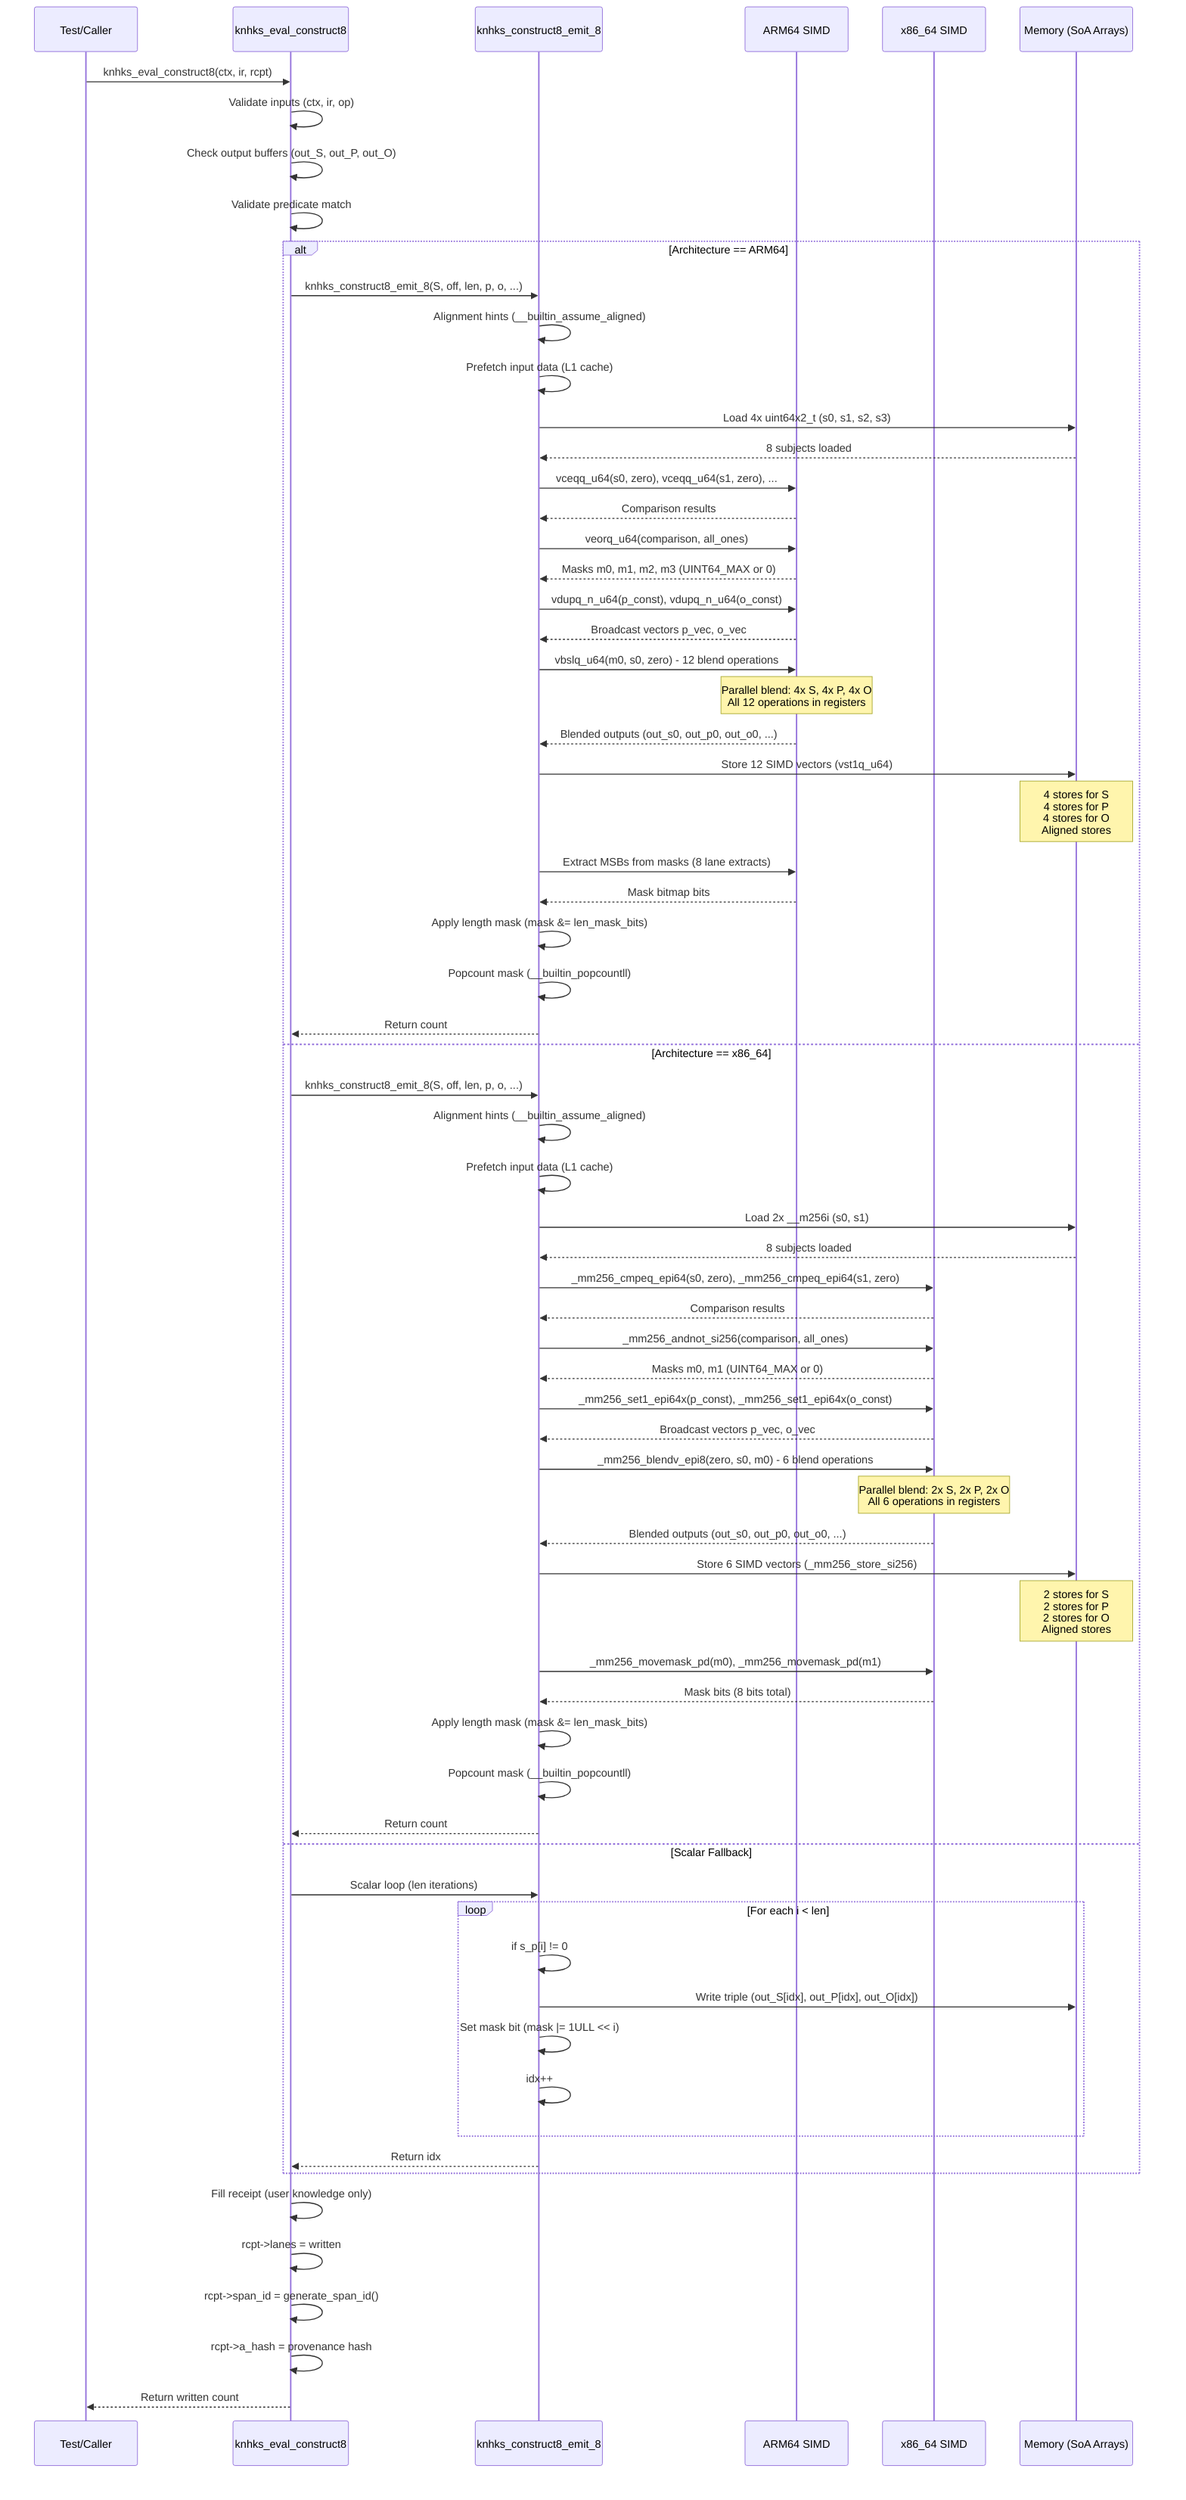
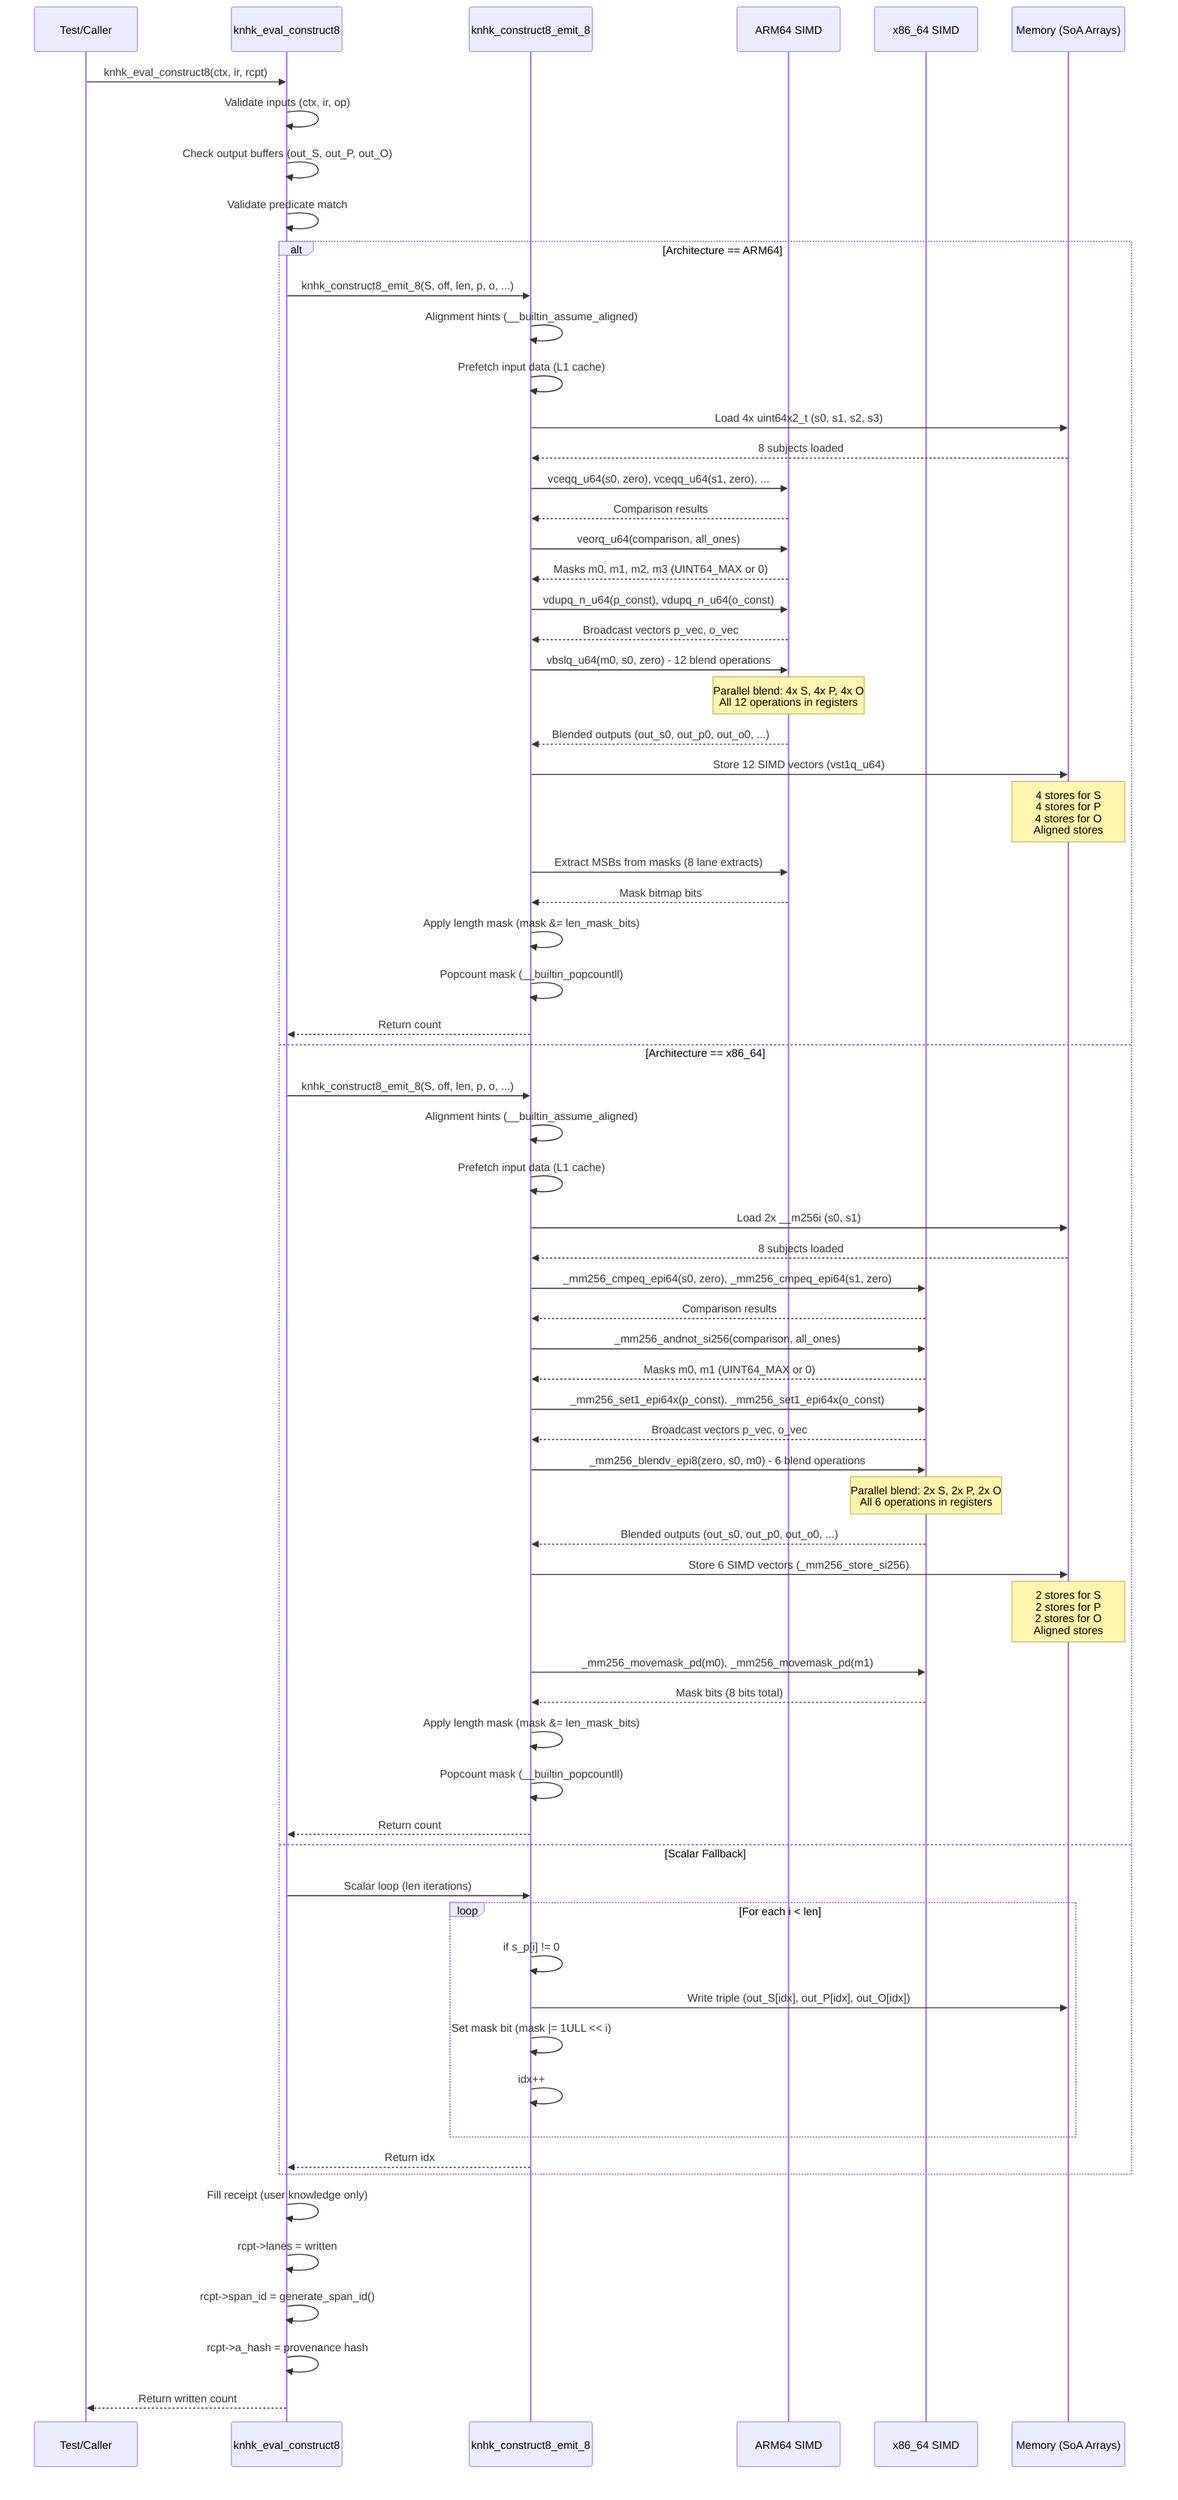
sequenceDiagram
    participant Caller as Test/Caller
-     participant Eval as knhks_eval_construct8
-     participant SIMD as knhks_construct8_emit_8
+     participant Eval as knhk_eval_construct8
+     participant SIMD as knhk_construct8_emit_8
    participant ARM as ARM64 SIMD
    participant x86 as x86_64 SIMD
    participant Memory as Memory (SoA Arrays)

-     Caller->>Eval: knhks_eval_construct8(ctx, ir, rcpt)
+     Caller->>Eval: knhk_eval_construct8(ctx, ir, rcpt)
    Eval->>Eval: Validate inputs (ctx, ir, op)
    Eval->>Eval: Check output buffers (out_S, out_P, out_O)
    Eval->>Eval: Validate predicate match

    alt Architecture == ARM64
-         Eval->>SIMD: knhks_construct8_emit_8(S, off, len, p, o, ...)
+         Eval->>SIMD: knhk_construct8_emit_8(S, off, len, p, o, ...)
        SIMD->>SIMD: Alignment hints (__builtin_assume_aligned)
        SIMD->>SIMD: Prefetch input data (L1 cache)

        SIMD->>Memory: Load 4x uint64x2_t (s0, s1, s2, s3)
        Memory-->>SIMD: 8 subjects loaded

        SIMD->>ARM: vceqq_u64(s0, zero), vceqq_u64(s1, zero), ...
        ARM-->>SIMD: Comparison results
        SIMD->>ARM: veorq_u64(comparison, all_ones)
        ARM-->>SIMD: Masks m0, m1, m2, m3 (UINT64_MAX or 0)

        SIMD->>ARM: vdupq_n_u64(p_const), vdupq_n_u64(o_const)
        ARM-->>SIMD: Broadcast vectors p_vec, o_vec

        SIMD->>ARM: vbslq_u64(m0, s0, zero) - 12 blend operations
        Note over ARM: Parallel blend: 4x S, 4x P, 4x O<br/>All 12 operations in registers
        ARM-->>SIMD: Blended outputs (out_s0, out_p0, out_o0, ...)

        SIMD->>Memory: Store 12 SIMD vectors (vst1q_u64)
        Note over Memory: 4 stores for S<br/>4 stores for P<br/>4 stores for O<br/>Aligned stores

        SIMD->>ARM: Extract MSBs from masks (8 lane extracts)
        ARM-->>SIMD: Mask bitmap bits

        SIMD->>SIMD: Apply length mask (mask &= len_mask_bits)
        SIMD->>SIMD: Popcount mask (__builtin_popcountll)
        SIMD-->>Eval: Return count

    else Architecture == x86_64
-         Eval->>SIMD: knhks_construct8_emit_8(S, off, len, p, o, ...)
+         Eval->>SIMD: knhk_construct8_emit_8(S, off, len, p, o, ...)
        SIMD->>SIMD: Alignment hints (__builtin_assume_aligned)
        SIMD->>SIMD: Prefetch input data (L1 cache)

        SIMD->>Memory: Load 2x __m256i (s0, s1)
        Memory-->>SIMD: 8 subjects loaded

        SIMD->>x86: _mm256_cmpeq_epi64(s0, zero), _mm256_cmpeq_epi64(s1, zero)
        x86-->>SIMD: Comparison results
        SIMD->>x86: _mm256_andnot_si256(comparison, all_ones)
        x86-->>SIMD: Masks m0, m1 (UINT64_MAX or 0)

        SIMD->>x86: _mm256_set1_epi64x(p_const), _mm256_set1_epi64x(o_const)
        x86-->>SIMD: Broadcast vectors p_vec, o_vec

        SIMD->>x86: _mm256_blendv_epi8(zero, s0, m0) - 6 blend operations
        Note over x86: Parallel blend: 2x S, 2x P, 2x O<br/>All 6 operations in registers
        x86-->>SIMD: Blended outputs (out_s0, out_p0, out_o0, ...)

        SIMD->>Memory: Store 6 SIMD vectors (_mm256_store_si256)
        Note over Memory: 2 stores for S<br/>2 stores for P<br/>2 stores for O<br/>Aligned stores

        SIMD->>x86: _mm256_movemask_pd(m0), _mm256_movemask_pd(m1)
        x86-->>SIMD: Mask bits (8 bits total)

        SIMD->>SIMD: Apply length mask (mask &= len_mask_bits)
        SIMD->>SIMD: Popcount mask (__builtin_popcountll)
        SIMD-->>Eval: Return count

    else Scalar Fallback
        Eval->>SIMD: Scalar loop (len iterations)
        loop For each i < len
            SIMD->>SIMD: if s_p[i] != 0
            SIMD->>Memory: Write triple (out_S[idx], out_P[idx], out_O[idx])
            SIMD->>SIMD: Set mask bit (mask |= 1ULL << i)
            SIMD->>SIMD: idx++
        end
        SIMD-->>Eval: Return idx
    end

    Eval->>Eval: Fill receipt (user knowledge only)
    Eval->>Eval: rcpt->lanes = written
    Eval->>Eval: rcpt->span_id = generate_span_id()
    Eval->>Eval: rcpt->a_hash = provenance hash
    Eval-->>Caller: Return written count

